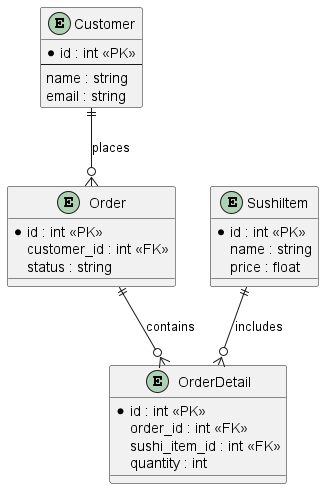
Earlier version of the PlantUML export docs/ERD_SushiRestaurant.png (takahashidan85/sushi-restaurant-management).
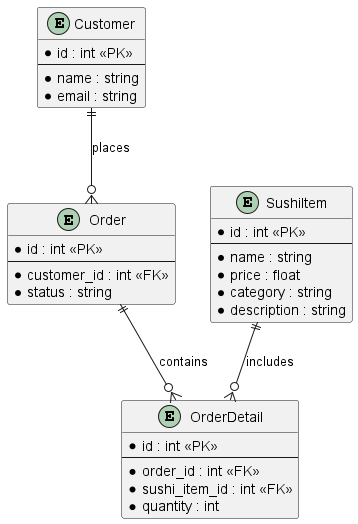
Later version of the same file.

The edit, as a diff of the source:
```diff
@@ -1,33 +1,38 @@
-@startuml ERD_SushiRestaurant
+@startuml ERD
 
-entity "Customer" as customer {
-    *id : int <<PK>>
-    --
-    name : string
-    email : string
+entity "Customer" {
+  * id : int <<PK>>
+  --
+  * name : string
+  * email : string
 }
 
-entity "Order" as order {
-    *id : int <<PK>>
-    customer_id : int <<FK>>
-    status : string
+entity "SushiItem" {
+  * id : int <<PK>>
+  --
+  * name : string
+  * price : float
+  * category : string
+  * description : string
 }
 
-entity "SushiItem" as sushi_item {
-    *id : int <<PK>>
-    name : string
-    price : float
+entity "Order" {
+  * id : int <<PK>>
+  --
+  * customer_id : int <<FK>>
+  * status : string
 }
 
-entity "OrderDetail" as order_detail {
-    *id : int <<PK>>
-    order_id : int <<FK>>
-    sushi_item_id : int <<FK>>
-    quantity : int
+entity "OrderDetail" {
+  * id : int <<PK>>
+  --
+  * order_id : int <<FK>>
+  * sushi_item_id : int <<FK>>
+  * quantity : int
 }
 
-customer ||--o{ order : places
-order ||--o{ order_detail : contains
-sushi_item ||--o{ order_detail : includes
+Customer ||--o{ Order : places
+Order ||--o{ OrderDetail : contains
+SushiItem ||--o{ OrderDetail : includes
 
 @enduml
```
